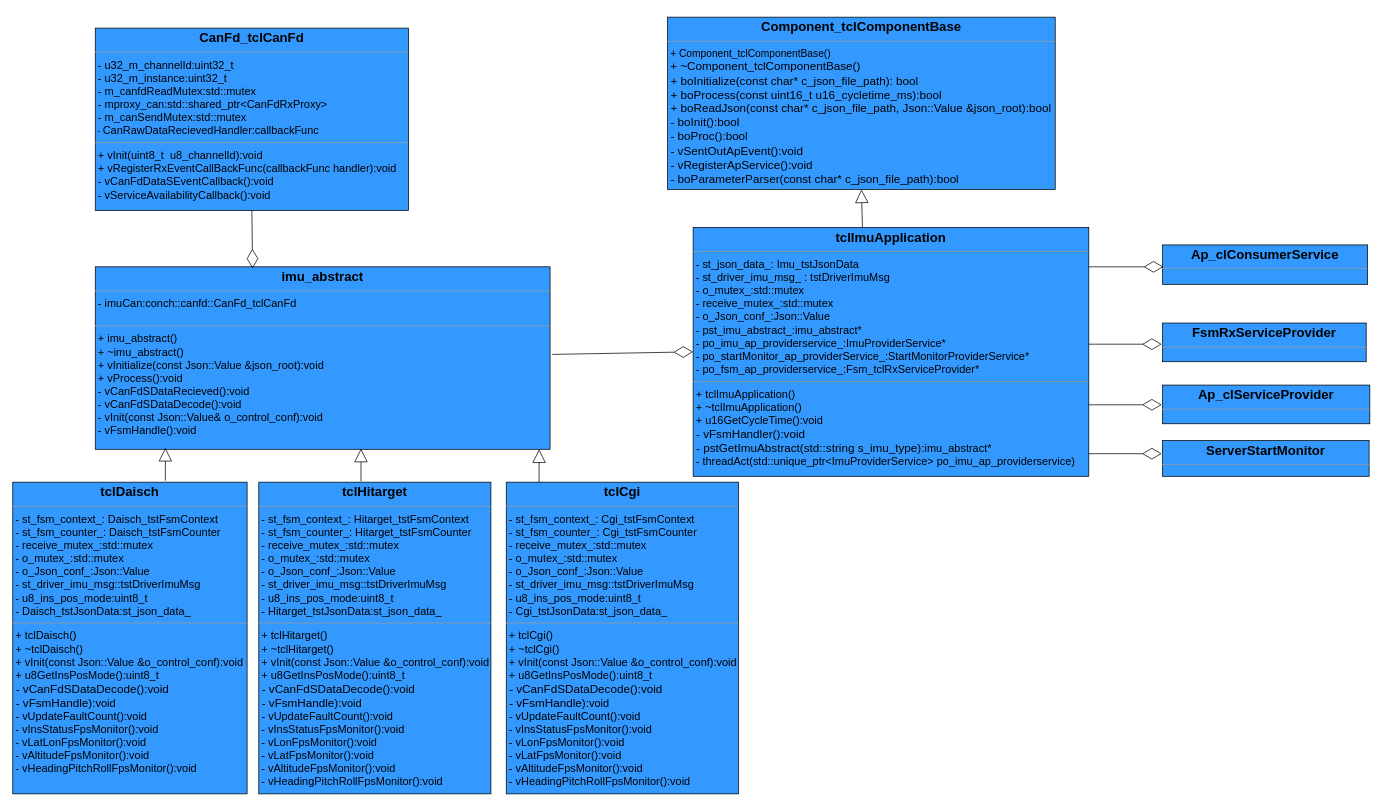
CodePorterW/DrawIo keeps this draw.io diagram as imu_静态图.drawio. Above is the earlier version. Source tidied: cells renumbered, new cells numbered last; positions are measured from the earlier drawing's top-left corner, leaving out a move shared by most shapes. Both pictures are drawn from the tidied source at 73%, with x=0, y=0 at pixel (12, 17).
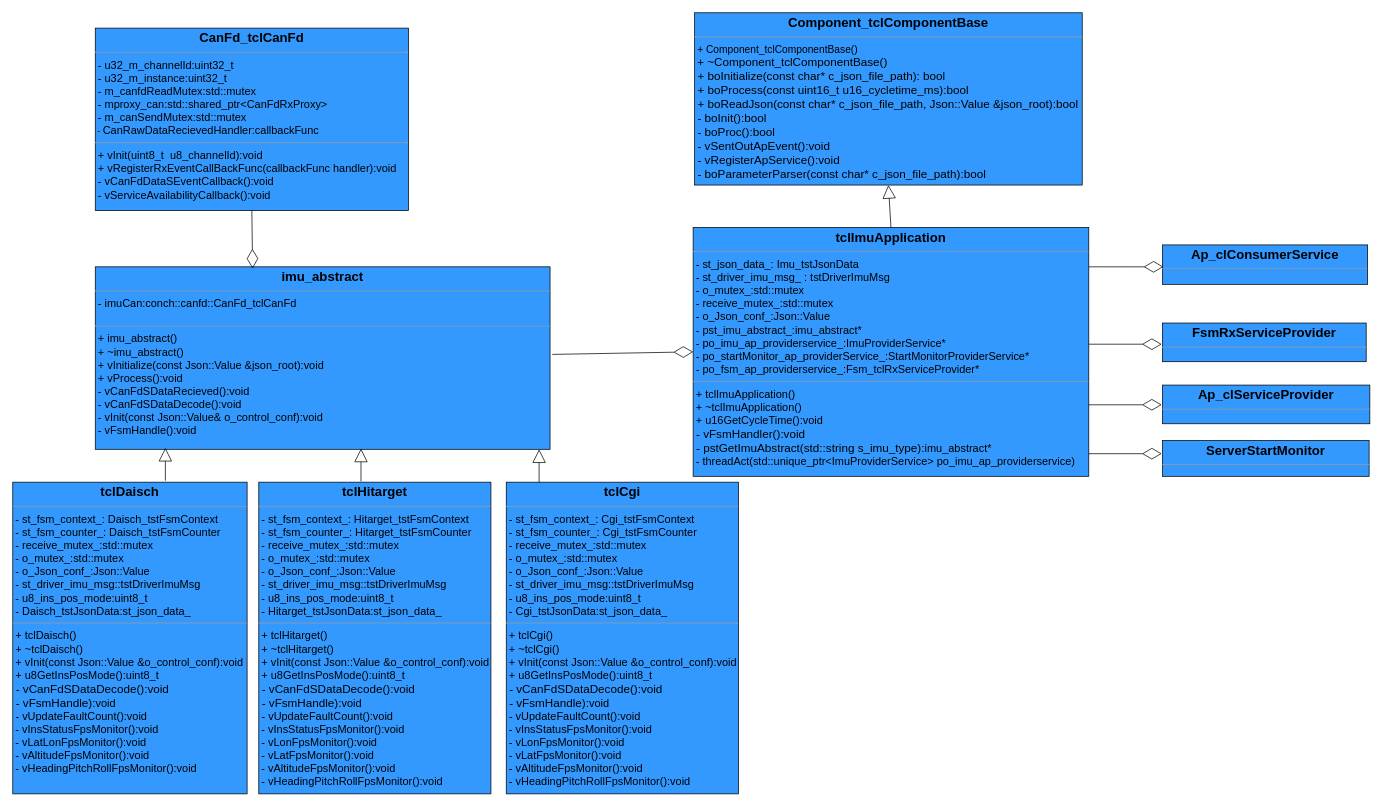
Above is the later version.

Commit message (it also covers changes not shown here):
更新imu_静态图.drawio

The change refers to these unchanged cells:
```xml
<mxCell id="2" value="&lt;p style=&quot;margin: 4px 0px 0px; text-align: center;&quot;&gt;&lt;font style=&quot;&quot;&gt;&lt;span style=&quot;font-size: 18px;&quot;&gt;&lt;b&gt;tclImuApplication&lt;/b&gt;&lt;/span&gt;&lt;br&gt;&lt;/font&gt;&lt;/p&gt;&lt;hr size=&quot;1&quot; style=&quot;font-size: 15px&quot;&gt;&lt;p style=&quot;margin: 0px 0px 0px 4px ; font-size: 15px&quot;&gt;- st_json_data_:&amp;nbsp;Imu_tstJsonData&lt;/p&gt;&lt;p style=&quot;margin: 0px 0px 0px 4px ; font-size: 15px&quot;&gt;-&amp;nbsp;st_driver_imu_msg_ :&amp;nbsp;tstDriverImuMsg&lt;/p&gt;&lt;p style=&quot;margin: 0px 0px 0px 4px ; font-size: 15px&quot;&gt;-&amp;nbsp;o_mutex_:std::mutex&lt;/p&gt;&lt;p style=&quot;margin: 0px 0px 0px 4px ; font-size: 15px&quot;&gt;-&amp;nbsp;receive_mutex_:std::mutex&lt;/p&gt;&lt;p style=&quot;margin: 0px 0px 0px 4px ; font-size: 15px&quot;&gt;-&amp;nbsp;o_Json_conf_:Json::Value&lt;/p&gt;&lt;p style=&quot;margin: 0px 0px 0px 4px ; font-size: 15px&quot;&gt;-&amp;nbsp;pst_imu_abstract_:imu_abstract*&lt;/p&gt;&lt;p style=&quot;margin: 0px 0px 0px 4px ; font-size: 15px&quot;&gt;&lt;font style=&quot;font-size: 15px&quot;&gt;- po_imu_ap_providerservice_:ImuProviderService*&lt;/font&gt;&lt;/p&gt;&lt;p style=&quot;margin: 0px 0px 0px 4px ; font-size: 15px&quot;&gt;&lt;font style=&quot;font-size: 15px&quot;&gt;- po_startMonitor_ap_providerService_:StartMonitorProviderService*&lt;/font&gt;&lt;/p&gt;&lt;p style=&quot;margin: 0px 0px 0px 4px ; font-size: 15px&quot;&gt;&lt;font style=&quot;font-size: 15px&quot;&gt;-&amp;nbsp;po_fsm_ap_providerservice_:Fsm_tclRxServiceProvider*&lt;/font&gt;&lt;/p&gt;&lt;hr size=&quot;1&quot; style=&quot;font-size: 15px&quot;&gt;&lt;p style=&quot;margin: 0px 0px 0px 4px; font-size: 15px;&quot;&gt;&lt;font style=&quot;font-size: 15px&quot;&gt;+&amp;nbsp;tclImuApplication()&lt;/font&gt;&lt;/p&gt;&lt;p style=&quot;margin: 0px 0px 0px 4px ; font-size: 15px&quot;&gt;&lt;font style=&quot;font-size: 15px&quot;&gt;+&amp;nbsp;~tclImuApplication()&lt;/font&gt;&lt;/p&gt;&lt;p style=&quot;margin: 0px 0px 0px 4px ; font-size: 15px&quot;&gt;&lt;font style=&quot;font-size: 15px&quot;&gt;+&amp;nbsp;u16GetCycleTime():void&lt;/font&gt;&lt;/p&gt;&lt;span style=&quot;font-size: medium;&quot;&gt;&amp;nbsp;-&amp;nbsp;vFsmHandler():void&lt;/span&gt;&lt;br style=&quot;font-size: medium;&quot;&gt;&lt;span style=&quot;font-size: medium;&quot;&gt;&amp;nbsp;-&amp;nbsp;&lt;/span&gt;&lt;font size=&quot;3&quot;&gt;pstGetImuAbstract(std::string s_imu_type):&lt;/font&gt;&lt;span style=&quot;font-size: 15px;&quot;&gt;imu_abstract*&lt;/span&gt;&lt;p style=&quot;margin: 0px 0px 0px 4px ; font-size: 15px&quot;&gt;&lt;font style=&quot;font-size: 15px&quot;&gt;-&amp;nbsp;threadAct(std::unique_ptr&amp;lt;ImuProviderService&amp;gt; po_imu_ap_providerservice)&lt;/font&gt;&lt;/p&gt;&lt;p style=&quot;margin: 0px 0px 0px 4px ; font-size: 15px&quot;&gt;&lt;br&gt;&lt;/p&gt;" style="verticalAlign=top;align=left;overflow=fill;fontSize=12;fontFamily=Helvetica;html=1;fillColor=#3399FF;" parent="1" vertex="1">
  <mxGeometry x="932" y="288" width="542" height="341" as="geometry" />
</mxCell>
```

Change to the diagram source:
```diff
@@
     <mxCell id="4" value="&lt;p style=&quot;margin: 4px 0px 0px ; text-align: center&quot;&gt;&lt;font&gt;&lt;b&gt;&lt;font style=&quot;font-size: 18px&quot;&gt;Component_tclComponentBase&lt;/font&gt;&lt;/b&gt;&lt;br&gt;&lt;/font&gt;&lt;/p&gt;&lt;hr size=&quot;1&quot; style=&quot;font-size: 15px&quot;&gt;&lt;p style=&quot;margin: 0px 0px 0px 4px&quot;&gt;&lt;font style=&quot;font-size: 14px&quot;&gt;+ Component_tclComponentBase()&lt;/font&gt;&lt;/p&gt;&lt;p style=&quot;margin: 0px 0px 0px 4px&quot;&gt;&lt;font size=&quot;3&quot;&gt;+ ~Component_tclComponentBase()&lt;/font&gt;&lt;/p&gt;&lt;font size=&quot;3&quot;&gt;&lt;font&gt;&amp;nbsp;+ boInitialize(const char* c_json_file_path):&amp;nbsp;bool&lt;br&gt;&amp;nbsp;+ boProcess(const uint16_t u16_cycletime_ms):bool&lt;br&gt;&amp;nbsp;+&amp;nbsp;boReadJson(const char* c_json_file_path, Json::Value &amp;amp;json_root):bool&lt;br&gt;&lt;/font&gt;&lt;font&gt;&amp;nbsp;- boInit():bool&lt;br&gt;&amp;nbsp;- boProc():bool&lt;br&gt;&amp;nbsp;- vSentOutApEvent():void&lt;br&gt;&amp;nbsp;- vRegisterApService():void&lt;br&gt;&amp;nbsp;- boParameterParser(const char* c_json_file_path):bool&lt;br&gt;&lt;/font&gt;&lt;/font&gt;&lt;br&gt;&lt;p style=&quot;margin: 0px 0px 0px 4px ; font-size: 15px&quot;&gt;&lt;br&gt;&lt;/p&gt;" style="verticalAlign=top;align=left;overflow=fill;fontSize=12;fontFamily=Helvetica;html=1;fillColor=#3399FF;" parent="1" vertex="1">
-      <mxGeometry x="897" width="531" height="236" as="geometry" />
+      <mxGeometry x="934" y="-6" width="531" height="236" as="geometry" />
     </mxCell>
@@
-    <mxCell id="12" style="endArrow=block;endSize=16;endFill=0;html=1;rounded=0;fontColor=#000000;exitX=0.428;exitY=0.002;exitDx=0;exitDy=0;exitPerimeter=0;entryX=0.5;entryY=1;entryDx=0;entryDy=0;" parent="1" edge="1" source="2" target="4">
+    <mxCell id="12" style="endArrow=block;endSize=16;endFill=0;html=1;rounded=0;fontColor=#000000;exitX=0.5;exitY=0;exitDx=0;exitDy=0;entryX=0.5;entryY=1;entryDx=0;entryDy=0;" parent="1" edge="1" source="2" target="4">
       <mxGeometry relative="1" as="geometry" />
     </mxCell>
```
